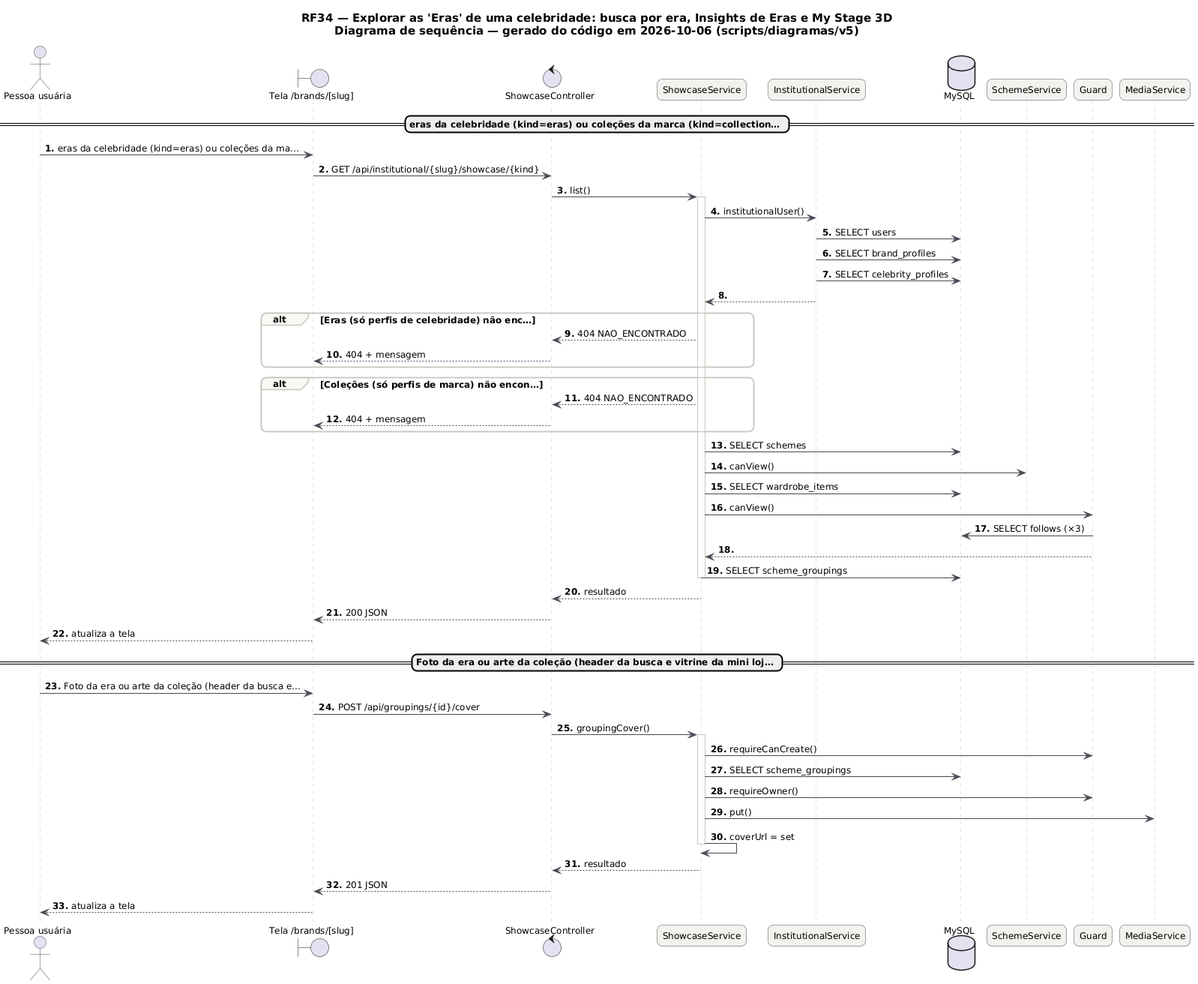
This is docs/diagramas/RF34/RF34_Sequencia.png from MatheusHaliski/tcc-2026-fashion-ai-backend, a PlantUML export, as it was before one commit.
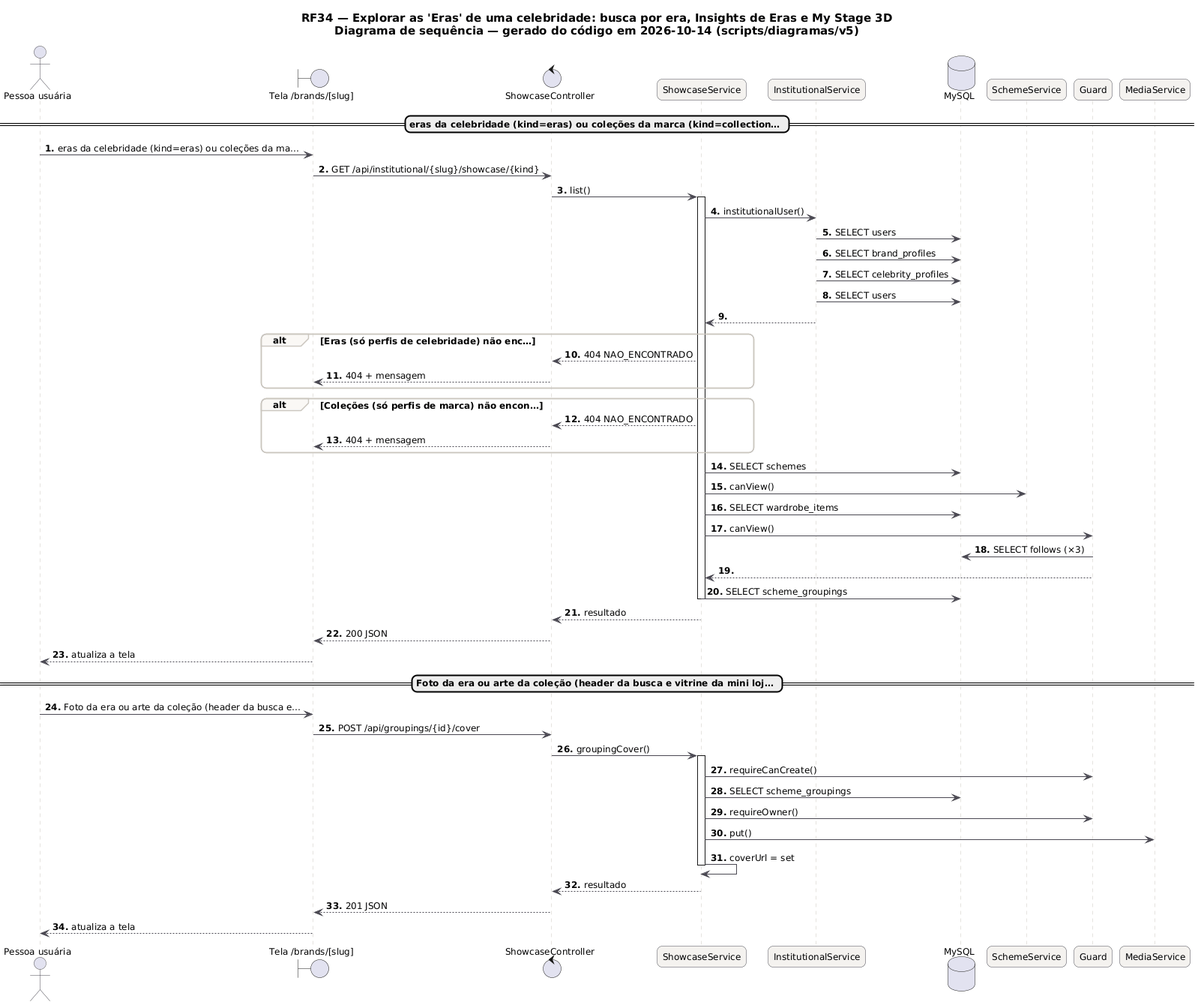
Above is the later version.

What changed in the source:
```diff
@@ -21,7 +21,7 @@
   GroupBackgroundColor #FAF8F5
 }
 autonumber "<b>0."
-title RF34 — Explorar as 'Eras' de uma celebridade: busca por era, Insights de Eras e My Stage 3D\nDiagrama de sequência — gerado do código em 2026-10-06 (scripts/diagramas/v5)
+title RF34 — Explorar as 'Eras' de uma celebridade: busca por era, Insights de Eras e My Stage 3D\nDiagrama de sequência — gerado do código em 2026-10-14 (scripts/diagramas/v5)
 
 actor "Pessoa usuária" as U
 boundary "Tela /brands/[slug]" as P
@@ -41,6 +41,7 @@
 InstitutionalService -> DB_MySQL : SELECT users
 InstitutionalService -> DB_MySQL : SELECT brand_profiles
 InstitutionalService -> DB_MySQL : SELECT celebrity_profiles
+InstitutionalService -> DB_MySQL : SELECT users
 InstitutionalService --> ShowcaseService
 alt Eras (só perfis de celebridade) não enc…
 ShowcaseService --> ShowcaseController : 404 NAO_ENCONTRADO
```
